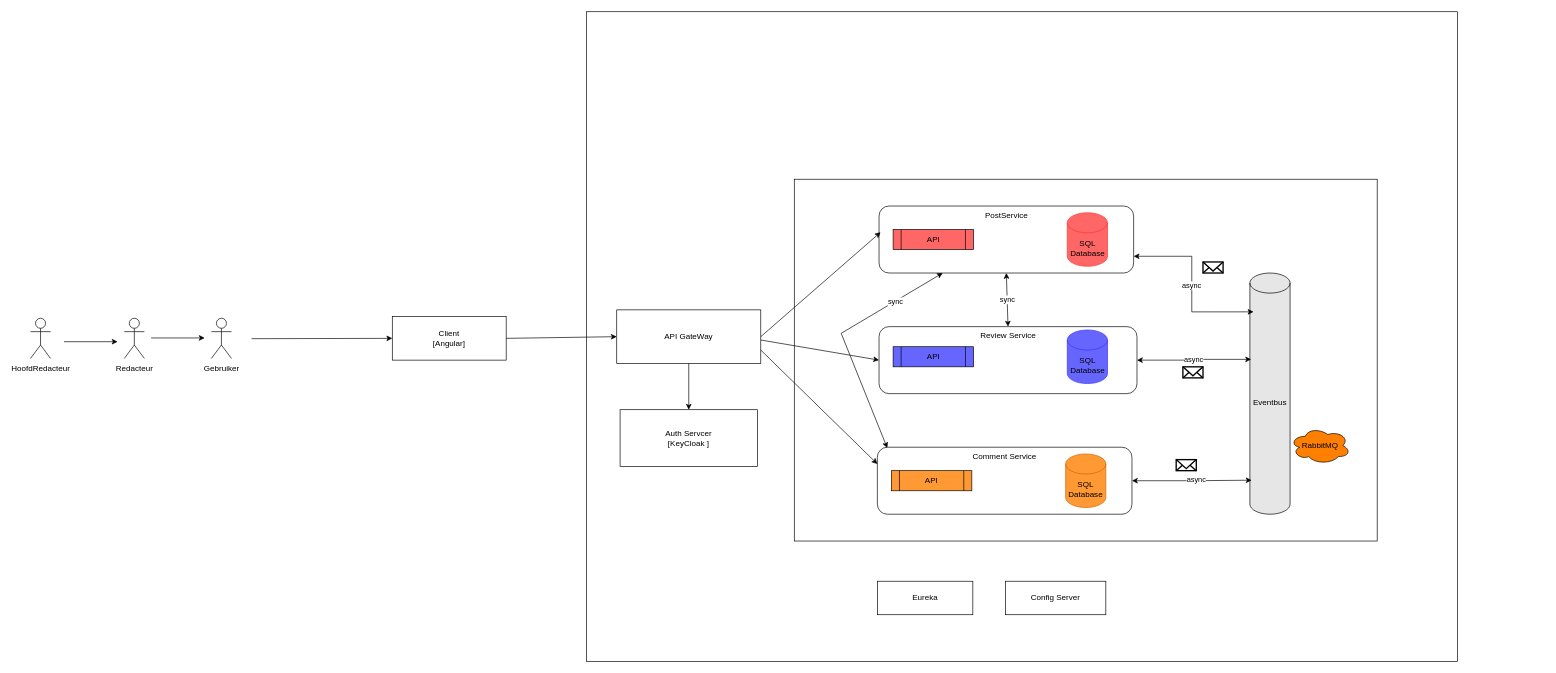
The draw.io diagram architecture/schema.drawio in pxlit-projects/project-RhaniPietersPXL, before the edit. Source tidied: cells renumbered, new cells numbered last; positions are measured from the earlier drawing's top-left corner, leaving out a move shared by most shapes. Both pictures are drawn from the tidied source at 67%, with x=0, y=0 at pixel (30, 11).
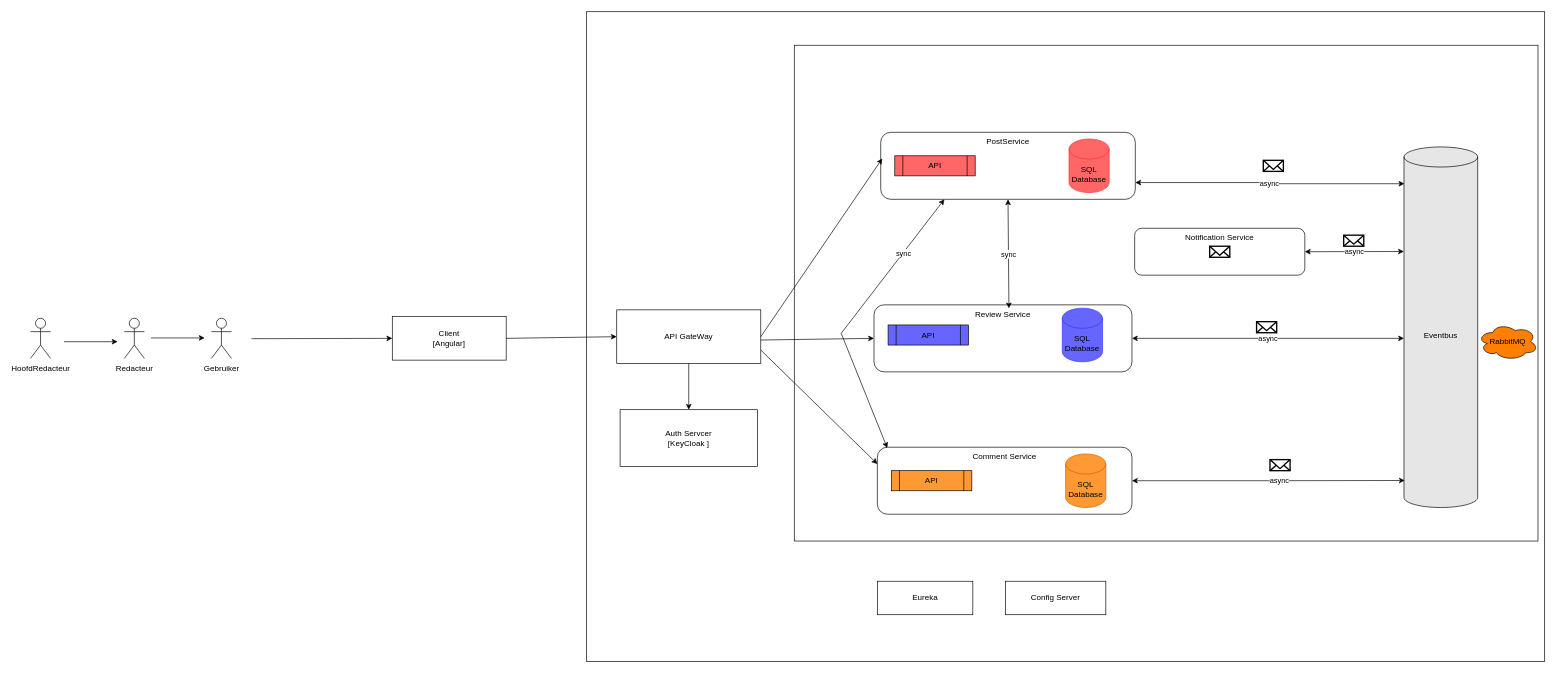
Above is the later version.

Unchanged cells that the change refers to:
```xml
<mxCell id="6" value="Comment Service" style="rounded=1;whiteSpace=wrap;html=1;strokeColor=default;verticalAlign=top;" parent="1" vertex="1">
  <mxGeometry x="1264" y="650" width="380" height="100" as="geometry" />
</mxCell>
```

Diff of the diagram source:
```diff
@@
+    <mxCell id="3" style="rounded=0;whiteSpace=wrap;html=1;fillColor=none;" parent="1" vertex="1">
+      <mxGeometry x="830" width="1430" height="970" as="geometry" />
+    </mxCell>
     <mxCell id="2" style="rounded=0;whiteSpace=wrap;html=1;fillColor=none;" parent="1" vertex="1">
-      <mxGeometry x="1140" y="250" width="870" height="540" as="geometry" />
+      <mxGeometry x="1140" y="50" width="1110" height="740" as="geometry" />
     </mxCell>
-    <mxCell id="3" style="rounded=0;whiteSpace=wrap;html=1;fillColor=none;" parent="1" vertex="1">
-      <mxGeometry x="830" width="1300" height="970" as="geometry" />
-    </mxCell>
     <mxCell id="4" value="Eventbus" style="shape=cylinder3;whiteSpace=wrap;html=1;boundedLbl=1;backgroundOutline=1;size=15;fillColor=#E6E6E6;" parent="1" vertex="1">
-      <mxGeometry x="1820" y="390" width="60" height="360" as="geometry" />
+      <mxGeometry x="2050" y="201.8" width="110" height="538.2" as="geometry" />
     </mxCell>
     <mxCell id="5" value="Review Service" style="rounded=1;whiteSpace=wrap;html=1;verticalAlign=top;" parent="1" vertex="1">
-      <mxGeometry x="1266.5" y="470" width="385" height="100" as="geometry" />
+      <mxGeometry x="1259" y="437.5" width="385" height="100" as="geometry" />
     </mxCell>
@@
     <mxCell id="7" value="PostService" style="rounded=1;whiteSpace=wrap;html=1;verticalAlign=top;" parent="1" vertex="1">
-      <mxGeometry x="1266.5" y="290" width="380" height="100" as="geometry" />
+      <mxGeometry x="1269" y="180" width="380" height="100" as="geometry" />
     </mxCell>
     <mxCell id="8" value="RabbitMQ" style="ellipse;shape=cloud;whiteSpace=wrap;html=1;fillColor=#FF8000;" parent="1" vertex="1">
-      <mxGeometry x="1880" y="620" width="90" height="55" as="geometry" />
+      <mxGeometry x="2160" y="465" width="90" height="55" as="geometry" />
     </mxCell>
@@
     <mxCell id="11" value="API" style="shape=process;whiteSpace=wrap;html=1;backgroundOutline=1;fillColor=#FF6666;" parent="1" vertex="1">
-      <mxGeometry x="1287.5" y="325" width="120" height="30" as="geometry" />
+      <mxGeometry x="1290" y="215" width="120" height="30" as="geometry" />
     </mxCell>
     <mxCell id="12" value="SQL Database" style="shape=cylinder3;whiteSpace=wrap;html=1;boundedLbl=1;backgroundOutline=1;size=15;strokeColor=#FF3333;fillColor=#FF6666;" parent="1" vertex="1">
-      <mxGeometry x="1547.5" y="300" width="60" height="80" as="geometry" />
+      <mxGeometry x="1550" y="190" width="60" height="80" as="geometry" />
     </mxCell>
-    <mxCell id="13" value="async" style="edgeStyle=orthogonalEdgeStyle;rounded=0;jettySize=auto;html=1;exitX=1;exitY=0.5;exitDx=0;exitDy=0;entryX=0.044;entryY=0.859;entryDx=0;entryDy=0;entryPerimeter=0;startArrow=classic;startFill=1;" parent="1" edge="1" source="6" target="4">
+    <mxCell id="13" value="async" style="edgeStyle=orthogonalEdgeStyle;rounded=0;jettySize=auto;html=1;exitX=1;exitY=0.5;exitDx=0;exitDy=0;startArrow=classic;startFill=1;entryX=0.011;entryY=0.925;entryDx=0;entryDy=0;entryPerimeter=0;" parent="1" edge="1" source="6" target="4">
       <mxGeometry x="0.08" relative="1" as="geometry" />
     </mxCell>
     <mxCell id="14" value="API" style="shape=process;whiteSpace=wrap;html=1;backgroundOutline=1;fillColor=#6666FF;" parent="1" vertex="1">
-      <mxGeometry x="1287.5" y="500" width="120" height="30" as="geometry" />
+      <mxGeometry x="1280" y="467.5" width="120" height="30" as="geometry" />
     </mxCell>
     <mxCell id="15" value="SQL Database" style="shape=cylinder3;whiteSpace=wrap;html=1;boundedLbl=1;backgroundOutline=1;size=15;strokeColor=#3333FF;fillColor=#6666FF;" parent="1" vertex="1">
-      <mxGeometry x="1547.5" y="475" width="60" height="80" as="geometry" />
+      <mxGeometry x="1540" y="442.5" width="60" height="80" as="geometry" />
     </mxCell>
-    <mxCell id="16" value="async" style="edgeStyle=orthogonalEdgeStyle;rounded=0;jettySize=auto;html=1;exitX=1;exitY=0.5;exitDx=0;exitDy=0;entryX=0.03;entryY=0.358;entryDx=0;entryDy=0;entryPerimeter=0;startArrow=classic;startFill=1;" parent="1" edge="1" source="5" target="4">
-      <mxGeometry relative="1" as="geometry" />
+    <mxCell id="16" value="async" style="edgeStyle=orthogonalEdgeStyle;rounded=0;jettySize=auto;html=1;exitX=1;exitY=0.5;exitDx=0;exitDy=0;startArrow=classic;startFill=1;" parent="1" edge="1" source="5" target="4">
+      <mxGeometry relative="1" as="geometry">
+        <Array as="points">
+          <mxPoint x="1950" y="488" />
+          <mxPoint x="1950" y="488" />
+        </Array>
+      </mxGeometry>
     </mxCell>
-    <mxCell id="17" value="async" style="edgeStyle=orthogonalEdgeStyle;rounded=0;jettySize=auto;html=1;exitX=1;exitY=0.75;exitDx=0;exitDy=0;entryX=0.091;entryY=0.161;entryDx=0;entryDy=0;entryPerimeter=0;startArrow=classic;startFill=1;" parent="1" edge="1" source="7" target="4">
+    <mxCell id="17" value="async" style="edgeStyle=orthogonalEdgeStyle;rounded=0;jettySize=auto;html=1;exitX=1;exitY=0.75;exitDx=0;exitDy=0;startArrow=classic;startFill=1;entryX=0.006;entryY=0.102;entryDx=0;entryDy=0;entryPerimeter=0;" parent="1" edge="1" source="7" target="4">
       <mxGeometry relative="1" as="geometry" />
     </mxCell>
     <mxCell id="18" style="html=1;verticalLabelPosition=bottom;align=center;labelBackgroundColor=#ffffff;verticalAlign=top;strokeWidth=2;strokeColor=#000000;shadow=0;dashed=0;shape=mxgraph.ios7.icons.mail;" parent="1" vertex="1">
-      <mxGeometry x="1750" y="373.5" width="30" height="16.5" as="geometry" />
+      <mxGeometry x="1840" y="221.8" width="30" height="16.5" as="geometry" />
     </mxCell>
     <mxCell id="19" style="html=1;verticalLabelPosition=bottom;align=center;labelBackgroundColor=#ffffff;verticalAlign=top;strokeWidth=2;strokeColor=#000000;shadow=0;dashed=0;shape=mxgraph.ios7.icons.mail;" parent="1" vertex="1">
-      <mxGeometry x="1720" y="530" width="30" height="16.5" as="geometry" />
+      <mxGeometry x="1830" y="462.6" width="30" height="16.5" as="geometry" />
     </mxCell>
     <mxCell id="20" style="html=1;verticalLabelPosition=bottom;align=center;labelBackgroundColor=#ffffff;verticalAlign=top;strokeWidth=2;strokeColor=#000000;shadow=0;dashed=0;shape=mxgraph.ios7.icons.mail;" parent="1" vertex="1">
-      <mxGeometry x="1710" y="668.5" width="30" height="16.5" as="geometry" />
+      <mxGeometry x="1850" y="668.5" width="30" height="16.5" as="geometry" />
     </mxCell>
@@
-    <mxCell id="34" value="sync" style="endArrow=classic;startArrow=classic;html=1;rounded=0;entryX=0.5;entryY=1;entryDx=0;entryDy=0;exitX=0.5;exitY=0;exitDx=0;exitDy=0;" parent="1" edge="1" source="5" target="7">
+    <mxCell id="34" value="sync" style="endArrow=classic;startArrow=classic;html=1;rounded=0;entryX=0.5;entryY=1;entryDx=0;entryDy=0;exitX=0.523;exitY=0.052;exitDx=0;exitDy=0;exitPerimeter=0;" parent="1" edge="1" source="5" target="7">
       <mxGeometry relative="1" as="geometry" />
     </mxCell>
@@
+    <mxCell id="39" value="Notification Service" style="rounded=1;whiteSpace=wrap;html=1;verticalAlign=top;" parent="1" vertex="1">
+      <mxGeometry x="1648" y="323.2" width="254" height="70" as="geometry" />
+    </mxCell>
+    <mxCell id="40" style="html=1;verticalLabelPosition=bottom;align=center;labelBackgroundColor=#ffffff;verticalAlign=top;strokeWidth=2;strokeColor=#000000;shadow=0;dashed=0;shape=mxgraph.ios7.icons.mail;" parent="1" vertex="1">
+      <mxGeometry x="1760" y="350" width="30" height="16.5" as="geometry" />
+    </mxCell>
+    <mxCell id="41" value="async" style="endArrow=classic;startArrow=classic;html=1;rounded=0;exitX=1;exitY=0.5;exitDx=0;exitDy=0;entryX=-0.001;entryY=0.29;entryDx=0;entryDy=0;entryPerimeter=0;" parent="1" edge="1" source="39" target="4">
+      <mxGeometry relative="1" as="geometry" />
+    </mxCell>
+    <mxCell id="42" style="html=1;verticalLabelPosition=bottom;align=center;labelBackgroundColor=#ffffff;verticalAlign=top;strokeWidth=2;strokeColor=#000000;shadow=0;dashed=0;shape=mxgraph.ios7.icons.mail;" parent="1" vertex="1">
+      <mxGeometry x="1960" y="333.5" width="30" height="16.5" as="geometry" />
+    </mxCell>
```
